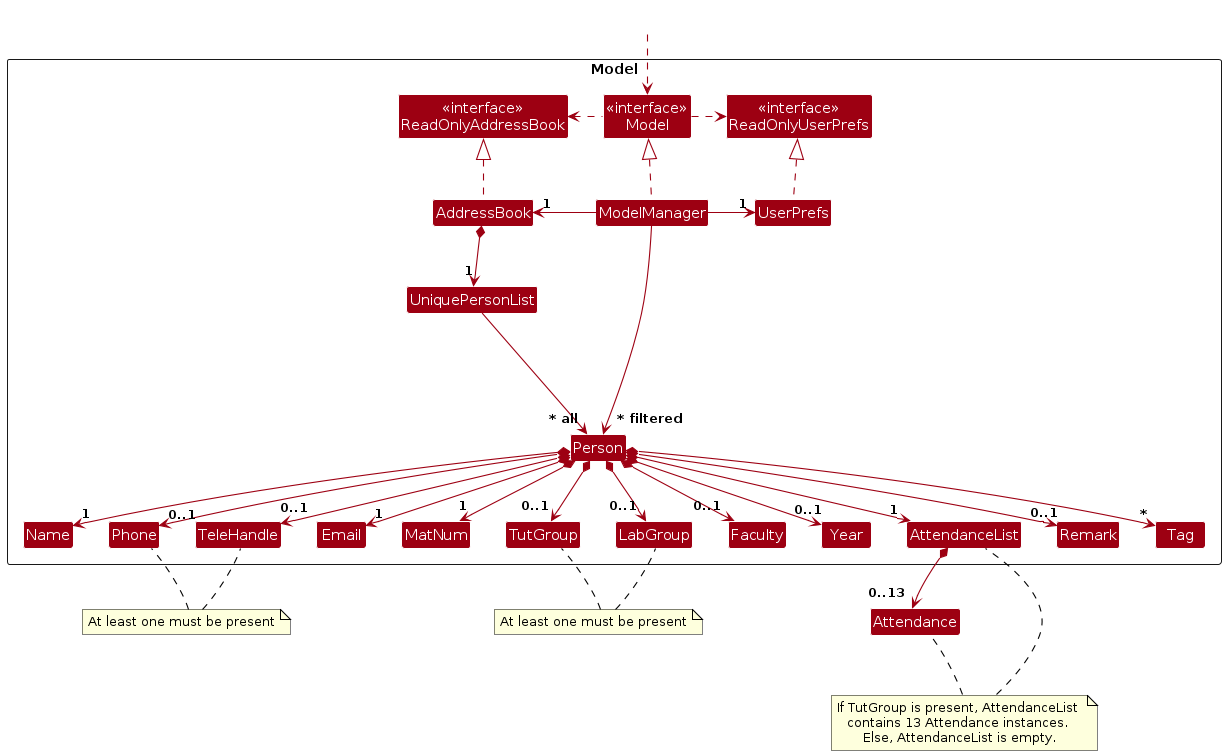
Before: diagrams/ModelClassDiagram.png, a diagram exported from PlantUML (ChinZJ/tp). Its source is kept beside it as diagrams/ModelClassDiagram.puml.
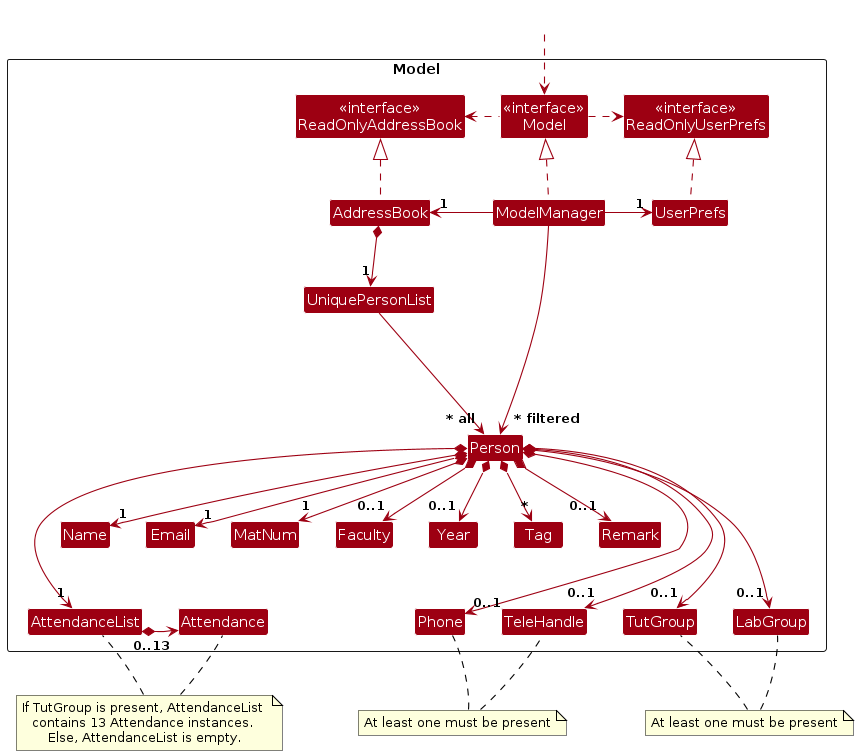
After the commit.

What changed in the source:
```diff
@@ -30,6 +30,7 @@
 Class Phone
 Class Tag
 Class AttendanceList
+Class Attendance
 
 Class I #FFFFFF
 }
@@ -65,18 +66,19 @@
 Person -[hidden]up--> I
 UniquePersonList -[hidden]right-> I
 
-Name -[hidden]right-> Phone
+Name -[hidden]right-> Email
+Email -[hidden]right-> MatNum
+MatNum -[hidden]right-> Faculty
+Faculty -[hidden]right-> Year
+Year -[hidden]right-> Tag
+Tag -[hidden]right-> Remark
+
+Name -[hidden]down-> AttendanceList
+AttendanceList -[hidden]right-> Phone
+Attendance -[hidden]right-> AttendanceList
 Phone -[hidden]right-> TeleHandle
-TeleHandle -[hidden]right-> Email
-Email -[hidden]right-> MatNum
-MatNum -[hidden]right-> TutGroup
+TeleHandle -[hidden]right-> TutGroup
 TutGroup -[hidden]right-> LabGroup
-LabGroup -[hidden]right-> Faculty
-Faculty -[hidden]right-> Year
-Year -[hidden]right-> AttendanceList
-AttendanceList -[hidden]right-> Remark
-Remark -[hidden]right-> Tag
-Attendance -[hidden]up-> AttendanceList
 
 note "At least one must be present" as PhoneTeleNote
 PhoneTeleNote .. Phone #black
@@ -90,7 +92,9 @@
 TutGroup -[hidden]down-> TutLabNote
 LabGroup -[hidden]down-> TutLabNote
 
-note "If TutGroup is present, AttendanceList \ncontains 13 Attendance instances. \nElse, AttendanceList is empty." as AttListNote
+note "If TutGroup is present, AttendanceList \n\
+contains 13 Attendance instances. \nElse, \
+AttendanceList is empty." as AttListNote
 AttListNote .. AttendanceList #black
 AttListNote .. Attendance #black
 AttendanceList -[hidden]down-> AttListNote
```
